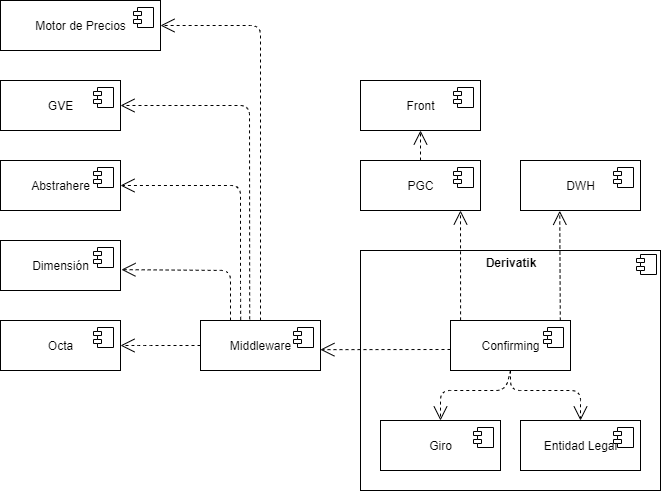
This is Confirming/Diagrama_componentes_confirming.png from Derivatik/Recursos-Documentacion, a draw.io export, as it was before one commit. Source tidied: cells renumbered, new cells last; positions are measured from the earlier drawing's top-left corner, leaving out a move shared by most shapes.
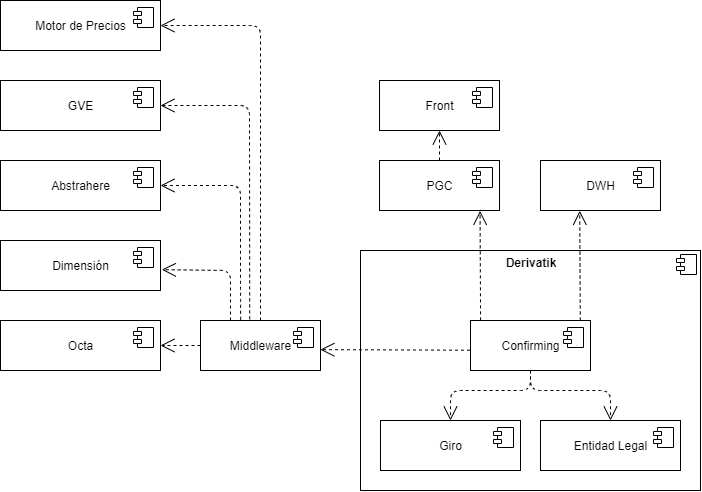
The same file after the commit.

Commit message:
diagramas de confirming

Change to the diagram source:
```diff
@@ -3,7 +3,7 @@
     <mxCell id="0" />
     <mxCell id="1" parent="0" />
     <mxCell id="2" value="&lt;p style=&quot;margin: 0px ; margin-top: 6px ; text-align: center&quot;&gt;&lt;b&gt;Derivatik&lt;/b&gt;&lt;/p&gt;" style="align=left;overflow=fill;html=1;" parent="1" vertex="1">
-      <mxGeometry x="360" y="250" width="300" height="240" as="geometry" />
+      <mxGeometry x="360" y="250" width="340" height="240" as="geometry" />
     </mxCell>
     <mxCell id="3" style="shape=component;jettyWidth=8;jettyHeight=4;" parent="2" vertex="1">
       <mxGeometry x="1" width="20" height="20" relative="1" as="geometry">
@@ -11,7 +11,7 @@
       </mxGeometry>
     </mxCell>
     <mxCell id="4" value="Confirming" style="html=1;" parent="1" vertex="1">
-      <mxGeometry x="450" y="320" width="120" height="50" as="geometry" />
+      <mxGeometry x="470" y="320" width="120" height="50" as="geometry" />
     </mxCell>
     <mxCell id="5" style="shape=component;jettyWidth=8;jettyHeight=4;" parent="4" vertex="1">
       <mxGeometry x="1" width="20" height="20" relative="1" as="geometry">
@@ -19,7 +19,7 @@
       </mxGeometry>
     </mxCell>
     <mxCell id="6" value="Giro" style="html=1;" parent="1" vertex="1">
-      <mxGeometry x="380" y="420" width="120" height="50" as="geometry" />
+      <mxGeometry x="380" y="420" width="140" height="50" as="geometry" />
     </mxCell>
     <mxCell id="7" style="shape=component;jettyWidth=8;jettyHeight=4;" parent="6" vertex="1">
       <mxGeometry x="1" width="20" height="20" relative="1" as="geometry">
@@ -27,7 +27,7 @@
       </mxGeometry>
     </mxCell>
     <mxCell id="8" value="Entidad Legal" style="html=1;" parent="1" vertex="1">
-      <mxGeometry x="520" y="420" width="120" height="50" as="geometry" />
+      <mxGeometry x="540" y="420" width="140" height="50" as="geometry" />
     </mxCell>
     <mxCell id="9" style="shape=component;jettyWidth=8;jettyHeight=4;" parent="8" vertex="1">
       <mxGeometry x="1" width="20" height="20" relative="1" as="geometry">
@@ -37,17 +37,16 @@
     <mxCell id="10" style="endArrow=open;endSize=12;dashed=1;html=1;exitX=0.5;exitY=1;exitDx=0;exitDy=0;entryX=0.5;entryY=0;entryDx=0;entryDy=0;" parent="1" edge="1" source="4" target="6">
       <mxGeometry relative="1" as="geometry">
         <Array as="points">
-          <mxPoint x="505" y="390" />
-          <mxPoint x="440" y="390" />
+          <mxPoint x="530" y="390" />
+          <mxPoint x="450" y="390" />
         </Array>
       </mxGeometry>
     </mxCell>
-    <mxCell id="11" value="&lt;br&gt;" style="endArrow=open;endSize=12;dashed=1;html=1;entryX=0.5;entryY=0;entryDx=0;entryDy=0;" parent="1" edge="1" target="8">
+    <mxCell id="11" value="&lt;br&gt;" style="endArrow=open;endSize=12;dashed=1;html=1;entryX=0.5;entryY=0;entryDx=0;entryDy=0;exitX=0.5;exitY=1;exitDx=0;exitDy=0;" parent="1" edge="1" source="4" target="8">
       <mxGeometry relative="1" as="geometry">
-        <mxPoint x="510" y="370" as="sourcePoint" />
         <Array as="points">
-          <mxPoint x="510" y="390" />
-          <mxPoint x="580" y="390" />
+          <mxPoint x="530" y="390" />
+          <mxPoint x="610" y="390" />
         </Array>
       </mxGeometry>
     </mxCell>
@@ -60,7 +59,7 @@
       </mxGeometry>
     </mxCell>
     <mxCell id="14" value="PGC" style="html=1;" parent="1" vertex="1">
-      <mxGeometry x="360" y="160" width="120" height="50" as="geometry" />
+      <mxGeometry x="379" y="160" width="120" height="50" as="geometry" />
     </mxCell>
     <mxCell id="15" style="shape=component;jettyWidth=8;jettyHeight=4;" parent="14" vertex="1">
       <mxGeometry x="1" width="20" height="20" relative="1" as="geometry">
@@ -68,7 +67,7 @@
       </mxGeometry>
     </mxCell>
     <mxCell id="16" value="DWH" style="html=1;" parent="1" vertex="1">
-      <mxGeometry x="520" y="160" width="120" height="50" as="geometry" />
+      <mxGeometry x="540" y="160" width="120" height="50" as="geometry" />
     </mxCell>
     <mxCell id="17" style="shape=component;jettyWidth=8;jettyHeight=4;" parent="16" vertex="1">
       <mxGeometry x="1" width="20" height="20" relative="1" as="geometry">
@@ -76,7 +75,7 @@
       </mxGeometry>
     </mxCell>
     <mxCell id="18" value="Abstrahere" style="html=1;" parent="1" vertex="1">
-      <mxGeometry y="160" width="120" height="50" as="geometry" />
+      <mxGeometry y="160" width="160" height="50" as="geometry" />
     </mxCell>
     <mxCell id="19" style="shape=component;jettyWidth=8;jettyHeight=4;" parent="18" vertex="1">
       <mxGeometry x="1" width="20" height="20" relative="1" as="geometry">
@@ -84,7 +83,7 @@
       </mxGeometry>
     </mxCell>
     <mxCell id="20" value="GVE" style="html=1;" parent="1" vertex="1">
-      <mxGeometry y="80" width="120" height="50" as="geometry" />
+      <mxGeometry y="80" width="160" height="50" as="geometry" />
     </mxCell>
     <mxCell id="21" style="shape=component;jettyWidth=8;jettyHeight=4;" parent="20" vertex="1">
       <mxGeometry x="1" width="20" height="20" relative="1" as="geometry">
@@ -92,7 +91,7 @@
       </mxGeometry>
     </mxCell>
     <mxCell id="22" value="Front" style="html=1;" parent="1" vertex="1">
-      <mxGeometry x="360" y="80" width="120" height="50" as="geometry" />
+      <mxGeometry x="379" y="80" width="120" height="50" as="geometry" />
     </mxCell>
     <mxCell id="23" style="shape=component;jettyWidth=8;jettyHeight=4;" parent="22" vertex="1">
       <mxGeometry x="1" width="20" height="20" relative="1" as="geometry">
@@ -108,7 +107,7 @@
       </mxGeometry>
     </mxCell>
     <mxCell id="26" value="Dimensión" style="html=1;" parent="1" vertex="1">
-      <mxGeometry y="240" width="120" height="50" as="geometry" />
+      <mxGeometry y="240" width="160" height="50" as="geometry" />
     </mxCell>
     <mxCell id="27" style="shape=component;jettyWidth=8;jettyHeight=4;" parent="26" vertex="1">
       <mxGeometry x="1" width="20" height="20" relative="1" as="geometry">
@@ -116,7 +115,7 @@
       </mxGeometry>
     </mxCell>
     <mxCell id="28" value="Octa" style="html=1;" parent="1" vertex="1">
-      <mxGeometry y="320" width="120" height="50" as="geometry" />
+      <mxGeometry y="320" width="160" height="50" as="geometry" />
     </mxCell>
     <mxCell id="29" style="shape=component;jettyWidth=8;jettyHeight=4;" parent="28" vertex="1">
       <mxGeometry x="1" width="20" height="20" relative="1" as="geometry">
@@ -138,11 +137,7 @@
       </mxGeometry>
     </mxCell>
     <mxCell id="32" style="endArrow=open;endSize=12;dashed=1;html=1;entryX=1;entryY=0.5;entryDx=0;entryDy=0;exitX=0;exitY=0.5;exitDx=0;exitDy=0;" parent="1" edge="1" source="12" target="28">
-      <mxGeometry relative="1" as="geometry">
-        <Array as="points">
-          <mxPoint x="140" y="345" />
-        </Array>
-      </mxGeometry>
+      <mxGeometry relative="1" as="geometry" />
     </mxCell>
     <mxCell id="33" style="endArrow=open;endSize=12;dashed=1;html=1;entryX=1;entryY=0.5;entryDx=0;entryDy=0;exitX=0.335;exitY=-0.014;exitDx=0;exitDy=0;exitPerimeter=0;" parent="1" edge="1" source="12" target="18">
       <mxGeometry relative="1" as="geometry">
@@ -162,18 +157,14 @@
     <mxCell id="35" style="endArrow=open;endSize=12;dashed=1;html=1;entryX=0.5;entryY=1;entryDx=0;entryDy=0;" parent="1" edge="1" source="14" target="22">
       <mxGeometry relative="1" as="geometry" />
     </mxCell>
-    <mxCell id="36" style="endArrow=open;endSize=12;dashed=1;html=1;exitX=0.084;exitY=-0.003;exitDx=0;exitDy=0;exitPerimeter=0;" parent="1" edge="1" source="4">
-      <mxGeometry relative="1" as="geometry">
-        <mxPoint x="460" y="210" as="targetPoint" />
-      </mxGeometry>
+    <mxCell id="36" style="endArrow=open;endSize=12;dashed=1;html=1;exitX=0.084;exitY=-0.003;exitDx=0;exitDy=0;exitPerimeter=0;entryX=0.838;entryY=1.008;entryDx=0;entryDy=0;entryPerimeter=0;" parent="1" edge="1" source="4" target="14">
+      <mxGeometry relative="1" as="geometry" />
     </mxCell>
     <mxCell id="37" style="endArrow=open;endSize=12;dashed=1;html=1;entryX=0.327;entryY=1.006;entryDx=0;entryDy=0;entryPerimeter=0;exitX=0.915;exitY=0;exitDx=0;exitDy=0;exitPerimeter=0;" parent="1" edge="1" source="4" target="16">
       <mxGeometry relative="1" as="geometry" />
     </mxCell>
-    <mxCell id="38" style="endArrow=open;endSize=12;dashed=1;html=1;entryX=0.999;entryY=0.583;entryDx=0;entryDy=0;entryPerimeter=0;" parent="1" edge="1" target="12">
-      <mxGeometry relative="1" as="geometry">
-        <mxPoint x="450" y="349" as="sourcePoint" />
-      </mxGeometry>
+    <mxCell id="38" style="endArrow=open;endSize=12;dashed=1;html=1;entryX=0.999;entryY=0.583;entryDx=0;entryDy=0;entryPerimeter=0;exitX=-0.004;exitY=0.594;exitDx=0;exitDy=0;exitPerimeter=0;" parent="1" edge="1" source="4" target="12">
+      <mxGeometry relative="1" as="geometry" />
     </mxCell>
   </root>
 </mxGraphModel>
```
